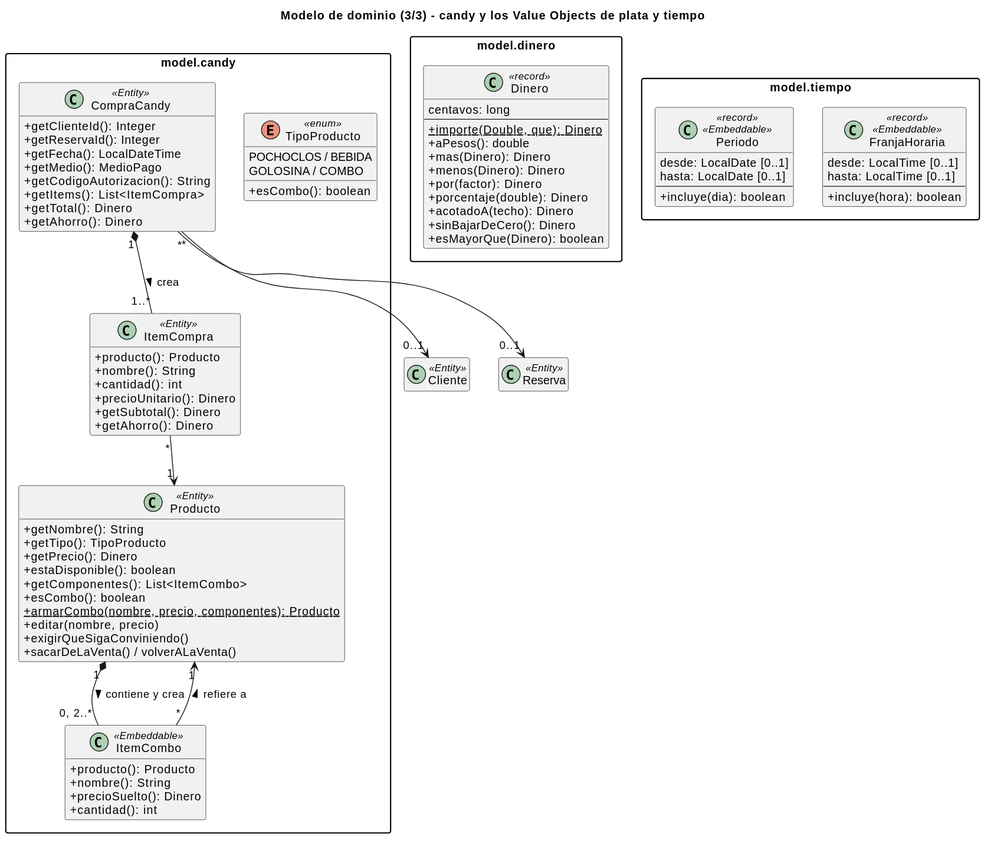
Before: _other/docs/diagramas/clases-candy-valores.svg, a diagram exported from PlantUML (andreiveisuade/cine-uade).
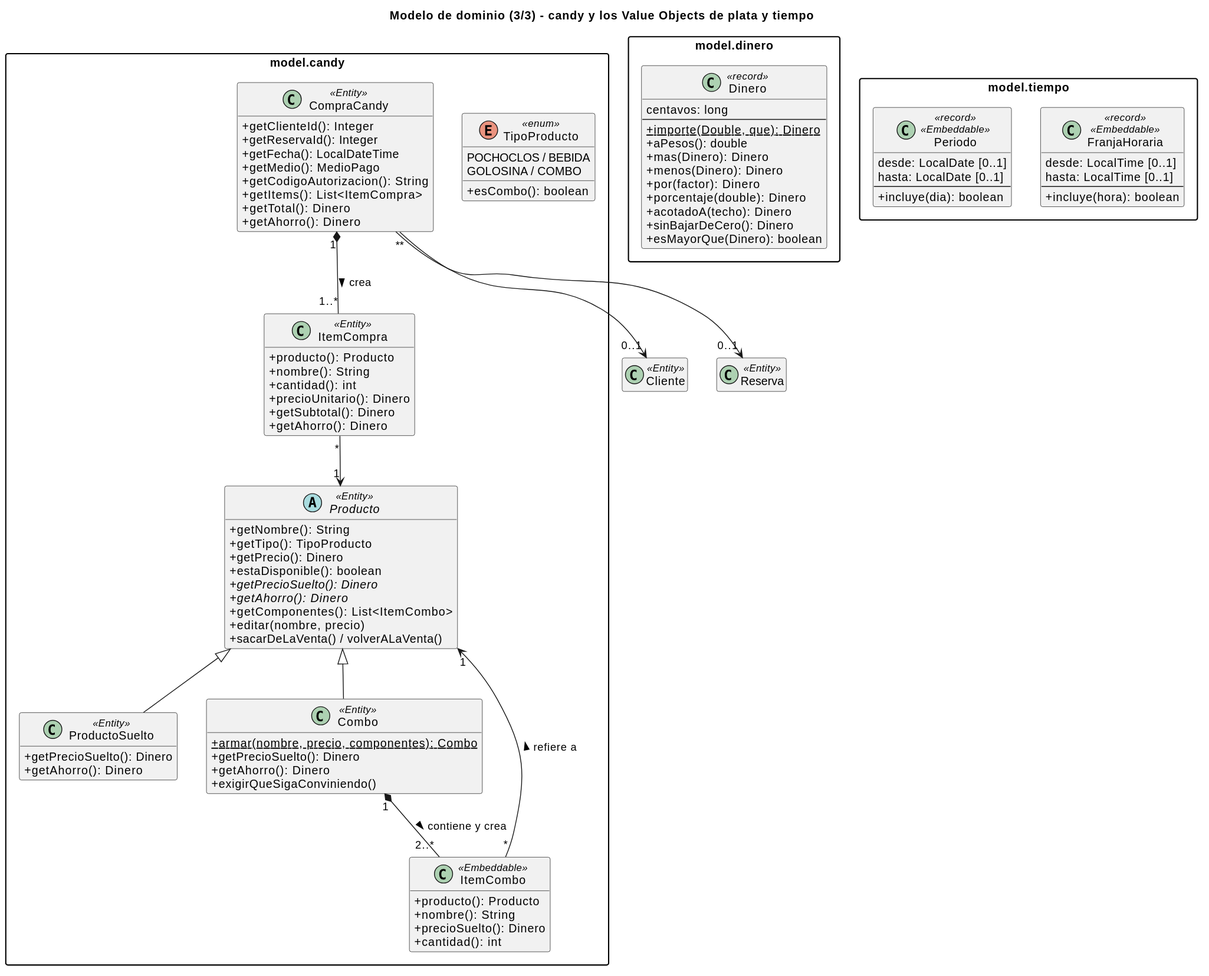
After the change.

What changed in the source:
```diff
@@ -8,17 +8,26 @@
 
 
 package "model.candy" {
-  class Producto <<Entity>> {
+  abstract class Producto <<Entity>> {
     +getNombre(): String
     +getTipo(): TipoProducto
     +getPrecio(): Dinero
     +estaDisponible(): boolean
+    +{abstract} getPrecioSuelto(): Dinero
+    +{abstract} getAhorro(): Dinero
     +getComponentes(): List<ItemCombo>
-    +esCombo(): boolean
-    {static} +armarCombo(nombre, precio, componentes): Producto
     +editar(nombre, precio)
+    +sacarDeLaVenta() / volverALaVenta()
+  }
+  class ProductoSuelto <<Entity>> {
+    +getPrecioSuelto(): Dinero
+    +getAhorro(): Dinero
+  }
+  class Combo <<Entity>> {
+    {static} +armar(nombre, precio, componentes): Combo
+    +getPrecioSuelto(): Dinero
+    +getAhorro(): Dinero
     +exigirQueSigaConviniendo()
-    +sacarDeLaVenta() / volverALaVenta()
   }
   class ItemCombo <<Embeddable>> {
     +producto(): Producto
@@ -84,7 +93,9 @@
 
 class Cliente <<Entity>>
 class Reserva <<Entity>>
-Producto "1" *-- "0, 2..*" ItemCombo : contiene y crea >
+Producto <|-- ProductoSuelto
+Producto <|-- Combo
+Combo "1" *-- "2..*" ItemCombo : contiene y crea >
 ItemCombo "*" --> "1" Producto : refiere a >
 CompraCandy "*" --> "0..1" Cliente
 CompraCandy "*" --> "0..1" Reserva
```
